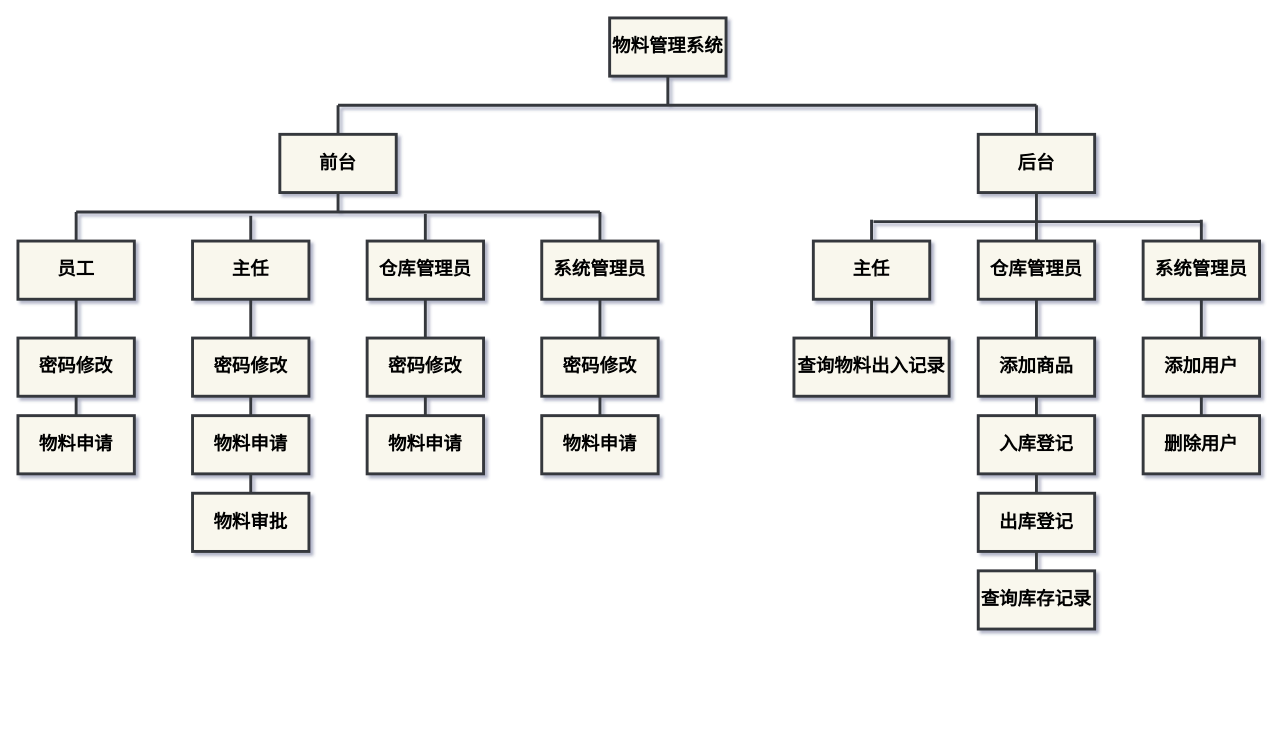
images130/LJ_Project keeps this draw.io diagram as Untitled Diagram.drawio. Above is the earlier version. Source tidied: cells renumbered, new cells numbered last; positions are measured from the earlier drawing's top-left corner, leaving out a move shared by most shapes. Both pictures are drawn from the tidied source at 97%, with x=0, y=0 at pixel (17, 17).
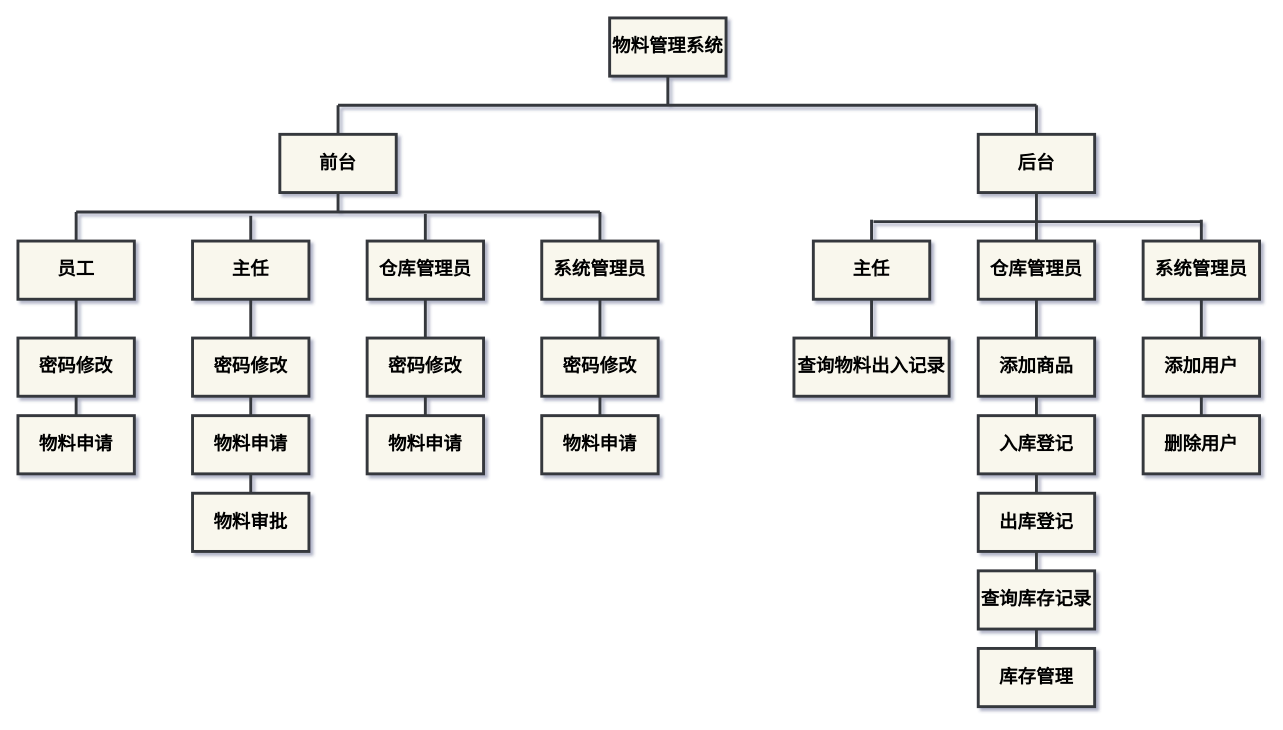
After the change.

Unchanged cells that the change refers to:
```xml
<mxCell id="24" value="查询库存记录" style="rounded=0;whiteSpace=wrap;html=1;fontSize=19;fontStyle=1;spacing=2;strokeWidth=3;fillColor=#f9f7ed;strokeColor=#36393d;" parent="1" vertex="1">
  <mxGeometry x="990" y="570" width="120" height="60" as="geometry" />
</mxCell>
```

The edit, as a diff of the source:
```diff
@@
+    <mxCell id="58" value="库存管理" style="rounded=0;whiteSpace=wrap;html=1;fontSize=19;fontStyle=1;spacing=2;strokeWidth=3;fillColor=#f9f7ed;strokeColor=#36393d;" parent="1" vertex="1">
+      <mxGeometry x="990" y="650" width="120" height="60" as="geometry" />
+    </mxCell>
+    <mxCell id="59" style="endArrow=none;html=1;fontSize=19;entryX=0.5;entryY=1;entryDx=0;entryDy=0;exitX=0.5;exitY=0;exitDx=0;exitDy=0;spacing=2;strokeWidth=3;fillColor=#f9f7ed;strokeColor=#36393d;" parent="1" edge="1" source="58" target="24">
+      <mxGeometry relative="1" as="geometry" />
+    </mxCell>
```
